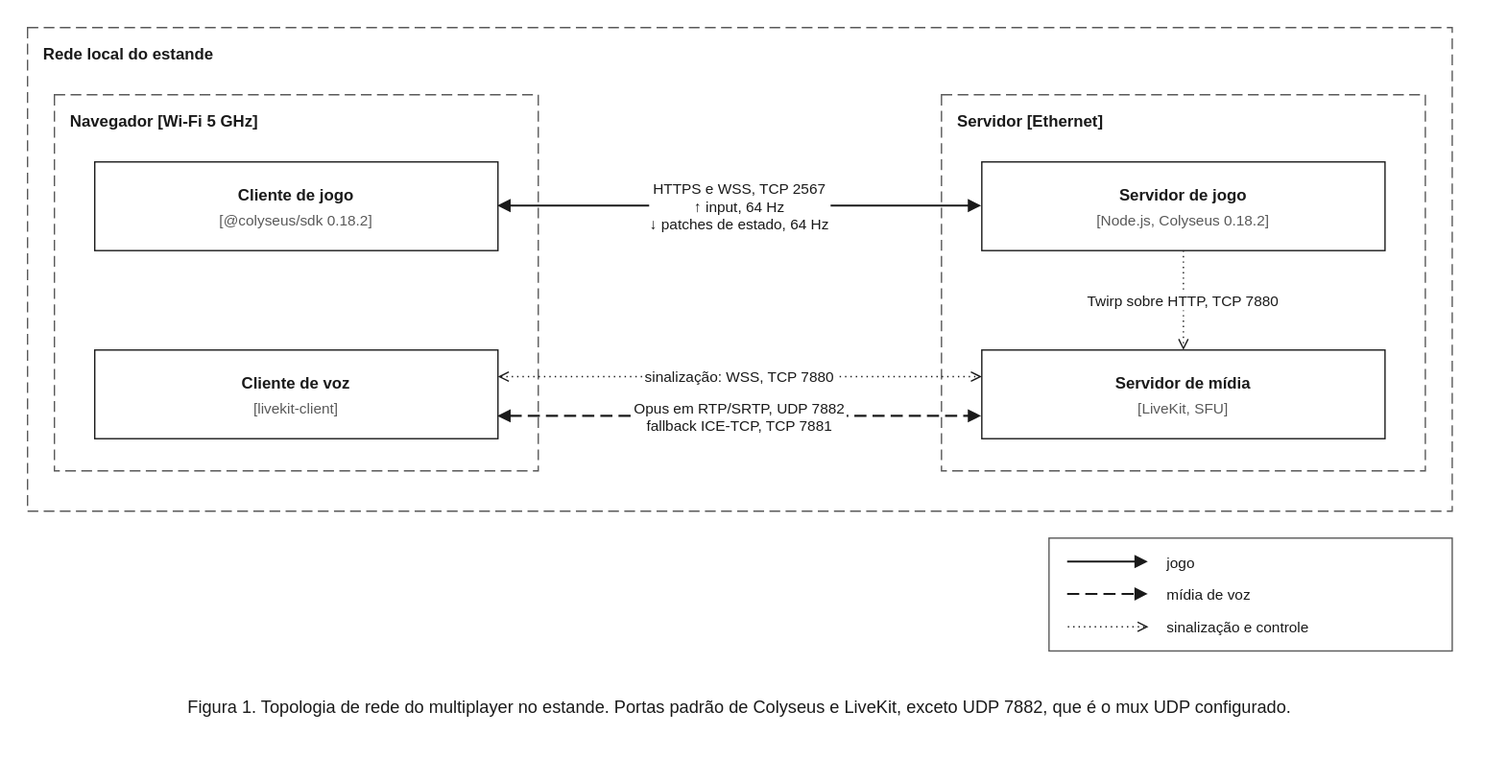
Earlier version of the draw.io export docs/rede/arquitetura-de-rede-1-topologia.drawio.svg (Evolutionary-Coders/shobu). Source tidied: cells renumbered, new cells last; positions are measured from the earlier drawing's top-left corner, leaving out a move shared by most shapes. The source it was exported from:
```xml
<mxGraphModel background="#ffffff">
  <root>
    <mxCell id="0" />
    <mxCell id="1" parent="0" />
    <mxCell id="2" value="Rede local do estande" style="rounded=0;fillColor=none;strokeColor=#595959;dashed=1;dashPattern=8 4;verticalAlign=top;align=left;spacingLeft=10;spacingTop=6;fontFamily=Helvetica;fontSize=12;fontColor=#1a1a1a;html=0;fontStyle=1;" parent="1" vertex="1">
      <mxGeometry width="1060" height="360" as="geometry" />
    </mxCell>
    <mxCell id="3" value="Navegador [Wi-Fi 5 GHz]" style="rounded=0;fillColor=none;strokeColor=#595959;dashed=1;dashPattern=8 4;verticalAlign=top;align=left;spacingLeft=10;spacingTop=6;fontFamily=Helvetica;fontSize=12;fontColor=#1a1a1a;html=0;fontStyle=1;" parent="2" vertex="1">
      <mxGeometry x="20" y="50" width="360" height="280" as="geometry" />
    </mxCell>
    <mxCell id="4" style="rounded=0;strokeColor=#1a1a1a;strokeWidth=1;fontFamily=Helvetica;fontSize=12;fontColor=#1a1a1a;html=0;fillColor=#ffffff;" parent="3" vertex="1">
      <mxGeometry x="30" y="50" width="300" height="66" as="geometry" />
    </mxCell>
    <mxCell id="5" value="Cliente de jogo" style="text;align=left;verticalAlign=middle;strokeColor=none;fillColor=none;fontFamily=Helvetica;fontSize=12;fontColor=#1a1a1a;html=0;align=center;fontStyle=1;" parent="3" vertex="1">
      <mxGeometry x="30" y="64" width="300" height="20" as="geometry" />
    </mxCell>
    <mxCell id="6" value="[@colyseus/sdk 0.18.2]" style="text;align=left;verticalAlign=middle;strokeColor=none;fillColor=none;fontFamily=Helvetica;fontSize=12;fontColor=#1a1a1a;html=0;align=center;fontSize=11;fontColor=#595959;" parent="3" vertex="1">
      <mxGeometry x="30" y="84" width="300" height="18" as="geometry" />
    </mxCell>
    <mxCell id="7" style="rounded=0;strokeColor=#1a1a1a;strokeWidth=1;fontFamily=Helvetica;fontSize=12;fontColor=#1a1a1a;html=0;fillColor=#ffffff;" parent="3" vertex="1">
      <mxGeometry x="30" y="190" width="300" height="66" as="geometry" />
    </mxCell>
    <mxCell id="8" value="Cliente de voz" style="text;align=left;verticalAlign=middle;strokeColor=none;fillColor=none;fontFamily=Helvetica;fontSize=12;fontColor=#1a1a1a;html=0;align=center;fontStyle=1;" parent="3" vertex="1">
      <mxGeometry x="30" y="204" width="300" height="20" as="geometry" />
    </mxCell>
    <mxCell id="9" value="[livekit-client]" style="text;align=left;verticalAlign=middle;strokeColor=none;fillColor=none;fontFamily=Helvetica;fontSize=12;fontColor=#1a1a1a;html=0;align=center;fontSize=11;fontColor=#595959;" parent="3" vertex="1">
      <mxGeometry x="30" y="224" width="300" height="18" as="geometry" />
    </mxCell>
    <mxCell id="10" value="Servidor [Ethernet]" style="rounded=0;fillColor=none;strokeColor=#595959;dashed=1;dashPattern=8 4;verticalAlign=top;align=left;spacingLeft=10;spacingTop=6;fontFamily=Helvetica;fontSize=12;fontColor=#1a1a1a;html=0;fontStyle=1;" parent="2" vertex="1">
      <mxGeometry x="680" y="50" width="360" height="280" as="geometry" />
    </mxCell>
    <mxCell id="11" style="rounded=0;strokeColor=#1a1a1a;strokeWidth=1;fontFamily=Helvetica;fontSize=12;fontColor=#1a1a1a;html=0;fillColor=#ffffff;" parent="10" vertex="1">
      <mxGeometry x="30" y="50" width="300" height="66" as="geometry" />
    </mxCell>
    <mxCell id="12" value="Servidor de jogo" style="text;align=left;verticalAlign=middle;strokeColor=none;fillColor=none;fontFamily=Helvetica;fontSize=12;fontColor=#1a1a1a;html=0;align=center;fontStyle=1;" parent="10" vertex="1">
      <mxGeometry x="30" y="64" width="300" height="20" as="geometry" />
    </mxCell>
    <mxCell id="13" value="[Node.js, Colyseus 0.18.2]" style="text;align=left;verticalAlign=middle;strokeColor=none;fillColor=none;fontFamily=Helvetica;fontSize=12;fontColor=#1a1a1a;html=0;align=center;fontSize=11;fontColor=#595959;" parent="10" vertex="1">
      <mxGeometry x="30" y="84" width="300" height="18" as="geometry" />
    </mxCell>
    <mxCell id="14" style="rounded=0;strokeColor=#1a1a1a;strokeWidth=1;fontFamily=Helvetica;fontSize=12;fontColor=#1a1a1a;html=0;fillColor=#ffffff;" parent="10" vertex="1">
      <mxGeometry x="30" y="190" width="300" height="66" as="geometry" />
    </mxCell>
    <mxCell id="15" value="Servidor de mídia" style="text;align=left;verticalAlign=middle;strokeColor=none;fillColor=none;fontFamily=Helvetica;fontSize=12;fontColor=#1a1a1a;html=0;align=center;fontStyle=1;" parent="10" vertex="1">
      <mxGeometry x="30" y="204" width="300" height="20" as="geometry" />
    </mxCell>
    <mxCell id="16" value="[LiveKit, SFU]" style="text;align=left;verticalAlign=middle;strokeColor=none;fillColor=none;fontFamily=Helvetica;fontSize=12;fontColor=#1a1a1a;html=0;align=center;fontSize=11;fontColor=#595959;" parent="10" vertex="1">
      <mxGeometry x="30" y="224" width="300" height="18" as="geometry" />
    </mxCell>
    <mxCell id="17" value="Twirp sobre HTTP, TCP 7880" style="rounded=0;labelBackgroundColor=#ffffff;fontFamily=Helvetica;fontSize=12;fontColor=#1a1a1a;html=0;fontSize=11;strokeColor=#1a1a1a;strokeWidth=1;dashed=1;dashPattern=1 3;endArrow=open;endFill=0;" parent="10" edge="1" source="11" target="14">
      <mxGeometry relative="1" as="geometry" />
    </mxCell>
    <mxCell id="18" value="HTTPS e WSS, TCP 2567&#10;↑ input, 64 Hz&#10;↓ patches de estado, 64 Hz" style="rounded=0;labelBackgroundColor=#ffffff;fontFamily=Helvetica;fontSize=12;fontColor=#1a1a1a;html=0;fontSize=11;strokeColor=#1a1a1a;strokeWidth=1.5;endArrow=block;endFill=1;startArrow=block;startFill=1;" parent="2" edge="1" source="4" target="11">
      <mxGeometry relative="1" as="geometry" />
    </mxCell>
    <mxCell id="19" value="sinalização: WSS, TCP 7880" style="rounded=0;labelBackgroundColor=#ffffff;fontFamily=Helvetica;fontSize=12;fontColor=#1a1a1a;html=0;fontSize=11;strokeColor=#1a1a1a;strokeWidth=1;dashed=1;dashPattern=1 3;endArrow=open;endFill=0;startArrow=open;startFill=0;exitX=1;exitY=0.3;entryX=0;entryY=0.3;" parent="2" edge="1" source="7" target="14">
      <mxGeometry relative="1" as="geometry" />
    </mxCell>
    <mxCell id="20" value="Opus em RTP/SRTP, UDP 7882&#10;fallback ICE-TCP, TCP 7881" style="rounded=0;labelBackgroundColor=#ffffff;fontFamily=Helvetica;fontSize=12;fontColor=#1a1a1a;html=0;fontSize=11;strokeColor=#1a1a1a;strokeWidth=1.5;dashed=1;dashPattern=6 3;endArrow=block;endFill=1;startArrow=block;startFill=1;exitX=1;exitY=0.75;entryX=0;entryY=0.75;" parent="2" edge="1" source="7" target="14">
      <mxGeometry relative="1" as="geometry" />
    </mxCell>
    <mxCell id="21" style="rounded=0;fillColor=#ffffff;strokeColor=#595959;" parent="1" vertex="1">
      <mxGeometry x="760" y="380" width="300" height="84" as="geometry" />
    </mxCell>
    <mxCell id="22" style="rounded=0;labelBackgroundColor=#ffffff;fontFamily=Helvetica;fontSize=12;fontColor=#1a1a1a;html=0;fontSize=11;edgeStyle=none;strokeColor=#1a1a1a;strokeWidth=1.5;endArrow=block;endFill=1;" parent="1" edge="1">
      <mxGeometry relative="1" as="geometry">
        <mxPoint x="774" y="398" as="sourcePoint" />
        <mxPoint x="834" y="398" as="targetPoint" />
      </mxGeometry>
    </mxCell>
    <mxCell id="23" value="jogo" style="text;align=left;verticalAlign=middle;strokeColor=none;fillColor=none;fontFamily=Helvetica;fontSize=12;fontColor=#1a1a1a;html=0;fontSize=11;" parent="1" vertex="1">
      <mxGeometry x="846" y="388" width="200" height="20" as="geometry" />
    </mxCell>
    <mxCell id="24" style="rounded=0;labelBackgroundColor=#ffffff;fontFamily=Helvetica;fontSize=12;fontColor=#1a1a1a;html=0;fontSize=11;edgeStyle=none;strokeColor=#1a1a1a;strokeWidth=1.5;dashed=1;dashPattern=6 3;endArrow=block;endFill=1;" parent="1" edge="1">
      <mxGeometry relative="1" as="geometry">
        <mxPoint x="774" y="422" as="sourcePoint" />
        <mxPoint x="834" y="422" as="targetPoint" />
      </mxGeometry>
    </mxCell>
    <mxCell id="25" value="mídia de voz" style="text;align=left;verticalAlign=middle;strokeColor=none;fillColor=none;fontFamily=Helvetica;fontSize=12;fontColor=#1a1a1a;html=0;fontSize=11;" parent="1" vertex="1">
      <mxGeometry x="846" y="412" width="200" height="20" as="geometry" />
    </mxCell>
    <mxCell id="26" style="rounded=0;labelBackgroundColor=#ffffff;fontFamily=Helvetica;fontSize=12;fontColor=#1a1a1a;html=0;fontSize=11;edgeStyle=none;strokeColor=#1a1a1a;strokeWidth=1;dashed=1;dashPattern=1 3;endArrow=open;endFill=0;" parent="1" edge="1">
      <mxGeometry relative="1" as="geometry">
        <mxPoint x="774" y="446" as="sourcePoint" />
        <mxPoint x="834" y="446" as="targetPoint" />
      </mxGeometry>
    </mxCell>
    <mxCell id="27" value="sinalização e controle" style="text;align=left;verticalAlign=middle;strokeColor=none;fillColor=none;fontFamily=Helvetica;fontSize=12;fontColor=#1a1a1a;html=0;fontSize=11;" parent="1" vertex="1">
      <mxGeometry x="846" y="436" width="200" height="20" as="geometry" />
    </mxCell>
    <mxCell id="28" value="Figura 1. Topologia de rede do multiplayer no estande. Portas padrão de Colyseus e LiveKit, exceto UDP 7882, que é o mux UDP configurado." style="text;align=left;verticalAlign=middle;strokeColor=none;fillColor=none;fontFamily=Helvetica;fontSize=12;fontColor=#1a1a1a;html=0;align=center;fontSize=13;" parent="1" vertex="1">
      <mxGeometry y="490" width="1060" height="30" as="geometry" />
    </mxCell>
  </root>
</mxGraphModel>
```
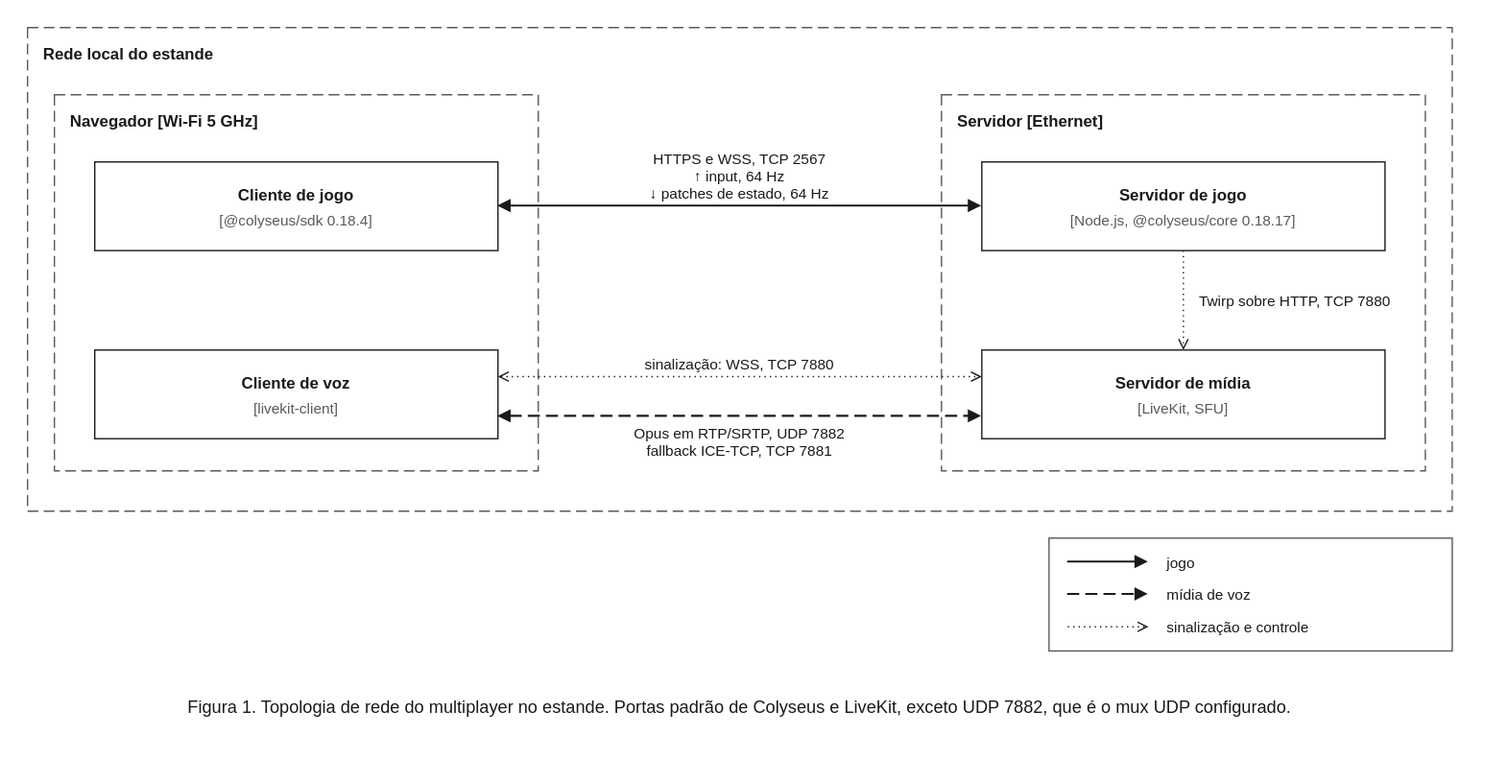
After the change.

Commit message:
docs: show the pinned colyseus versions in the topology figure

What changed in the source:
```diff
@@ -1,4 +1,4 @@
-<mxGraphModel background="#ffffff">
+<mxGraphModel>
   <root>
     <mxCell id="0" />
     <mxCell id="1" parent="0" />
@@ -8,16 +8,16 @@
     <mxCell id="3" value="Navegador [Wi-Fi 5 GHz]" style="rounded=0;fillColor=none;strokeColor=#595959;dashed=1;dashPattern=8 4;verticalAlign=top;align=left;spacingLeft=10;spacingTop=6;fontFamily=Helvetica;fontSize=12;fontColor=#1a1a1a;html=0;fontStyle=1;" parent="2" vertex="1">
       <mxGeometry x="20" y="50" width="360" height="280" as="geometry" />
     </mxCell>
-    <mxCell id="4" style="rounded=0;strokeColor=#1a1a1a;strokeWidth=1;fontFamily=Helvetica;fontSize=12;fontColor=#1a1a1a;html=0;fillColor=#ffffff;" parent="3" vertex="1">
+    <mxCell id="4" style="rounded=0;strokeColor=#1a1a1a;strokeWidth=1;fontFamily=Helvetica;fontSize=12;fontColor=#1a1a1a;html=0;fillColor=none;" parent="3" vertex="1">
       <mxGeometry x="30" y="50" width="300" height="66" as="geometry" />
     </mxCell>
     <mxCell id="5" value="Cliente de jogo" style="text;align=left;verticalAlign=middle;strokeColor=none;fillColor=none;fontFamily=Helvetica;fontSize=12;fontColor=#1a1a1a;html=0;align=center;fontStyle=1;" parent="3" vertex="1">
       <mxGeometry x="30" y="64" width="300" height="20" as="geometry" />
     </mxCell>
-    <mxCell id="6" value="[@colyseus/sdk 0.18.2]" style="text;align=left;verticalAlign=middle;strokeColor=none;fillColor=none;fontFamily=Helvetica;fontSize=12;fontColor=#1a1a1a;html=0;align=center;fontSize=11;fontColor=#595959;" parent="3" vertex="1">
+    <mxCell id="6" value="[@colyseus/sdk 0.18.4]" style="text;align=left;verticalAlign=middle;strokeColor=none;fillColor=none;fontFamily=Helvetica;fontSize=12;fontColor=#1a1a1a;html=0;align=center;fontSize=11;fontColor=#595959;" parent="3" vertex="1">
       <mxGeometry x="30" y="84" width="300" height="18" as="geometry" />
     </mxCell>
-    <mxCell id="7" style="rounded=0;strokeColor=#1a1a1a;strokeWidth=1;fontFamily=Helvetica;fontSize=12;fontColor=#1a1a1a;html=0;fillColor=#ffffff;" parent="3" vertex="1">
+    <mxCell id="7" style="rounded=0;strokeColor=#1a1a1a;strokeWidth=1;fontFamily=Helvetica;fontSize=12;fontColor=#1a1a1a;html=0;fillColor=none;" parent="3" vertex="1">
       <mxGeometry x="30" y="190" width="300" height="66" as="geometry" />
     </mxCell>
     <mxCell id="8" value="Cliente de voz" style="text;align=left;verticalAlign=middle;strokeColor=none;fillColor=none;fontFamily=Helvetica;fontSize=12;fontColor=#1a1a1a;html=0;align=center;fontStyle=1;" parent="3" vertex="1">
@@ -29,16 +29,16 @@
     <mxCell id="10" value="Servidor [Ethernet]" style="rounded=0;fillColor=none;strokeColor=#595959;dashed=1;dashPattern=8 4;verticalAlign=top;align=left;spacingLeft=10;spacingTop=6;fontFamily=Helvetica;fontSize=12;fontColor=#1a1a1a;html=0;fontStyle=1;" parent="2" vertex="1">
       <mxGeometry x="680" y="50" width="360" height="280" as="geometry" />
     </mxCell>
-    <mxCell id="11" style="rounded=0;strokeColor=#1a1a1a;strokeWidth=1;fontFamily=Helvetica;fontSize=12;fontColor=#1a1a1a;html=0;fillColor=#ffffff;" parent="10" vertex="1">
+    <mxCell id="11" style="rounded=0;strokeColor=#1a1a1a;strokeWidth=1;fontFamily=Helvetica;fontSize=12;fontColor=#1a1a1a;html=0;fillColor=none;" parent="10" vertex="1">
       <mxGeometry x="30" y="50" width="300" height="66" as="geometry" />
     </mxCell>
     <mxCell id="12" value="Servidor de jogo" style="text;align=left;verticalAlign=middle;strokeColor=none;fillColor=none;fontFamily=Helvetica;fontSize=12;fontColor=#1a1a1a;html=0;align=center;fontStyle=1;" parent="10" vertex="1">
       <mxGeometry x="30" y="64" width="300" height="20" as="geometry" />
     </mxCell>
-    <mxCell id="13" value="[Node.js, Colyseus 0.18.2]" style="text;align=left;verticalAlign=middle;strokeColor=none;fillColor=none;fontFamily=Helvetica;fontSize=12;fontColor=#1a1a1a;html=0;align=center;fontSize=11;fontColor=#595959;" parent="10" vertex="1">
+    <mxCell id="13" value="[Node.js, @colyseus/core 0.18.17]" style="text;align=left;verticalAlign=middle;strokeColor=none;fillColor=none;fontFamily=Helvetica;fontSize=12;fontColor=#1a1a1a;html=0;align=center;fontSize=11;fontColor=#595959;" parent="10" vertex="1">
       <mxGeometry x="30" y="84" width="300" height="18" as="geometry" />
     </mxCell>
-    <mxCell id="14" style="rounded=0;strokeColor=#1a1a1a;strokeWidth=1;fontFamily=Helvetica;fontSize=12;fontColor=#1a1a1a;html=0;fillColor=#ffffff;" parent="10" vertex="1">
+    <mxCell id="14" style="rounded=0;strokeColor=#1a1a1a;strokeWidth=1;fontFamily=Helvetica;fontSize=12;fontColor=#1a1a1a;html=0;fillColor=none;" parent="10" vertex="1">
       <mxGeometry x="30" y="190" width="300" height="66" as="geometry" />
     </mxCell>
     <mxCell id="15" value="Servidor de mídia" style="text;align=left;verticalAlign=middle;strokeColor=none;fillColor=none;fontFamily=Helvetica;fontSize=12;fontColor=#1a1a1a;html=0;align=center;fontStyle=1;" parent="10" vertex="1">
@@ -47,22 +47,24 @@
     <mxCell id="16" value="[LiveKit, SFU]" style="text;align=left;verticalAlign=middle;strokeColor=none;fillColor=none;fontFamily=Helvetica;fontSize=12;fontColor=#1a1a1a;html=0;align=center;fontSize=11;fontColor=#595959;" parent="10" vertex="1">
       <mxGeometry x="30" y="224" width="300" height="18" as="geometry" />
     </mxCell>
-    <mxCell id="17" value="Twirp sobre HTTP, TCP 7880" style="rounded=0;labelBackgroundColor=#ffffff;fontFamily=Helvetica;fontSize=12;fontColor=#1a1a1a;html=0;fontSize=11;strokeColor=#1a1a1a;strokeWidth=1;dashed=1;dashPattern=1 3;endArrow=open;endFill=0;" parent="10" edge="1" source="11" target="14">
-      <mxGeometry relative="1" as="geometry" />
+    <mxCell id="17" value="Twirp sobre HTTP, TCP 7880" style="rounded=0;labelBackgroundColor=none;fontFamily=Helvetica;fontSize=12;fontColor=#1a1a1a;html=0;fontSize=11;strokeColor=#1a1a1a;strokeWidth=1;dashed=1;dashPattern=1 3;endArrow=open;endFill=0;align=left;" parent="10" edge="1" source="11" target="14">
+      <mxGeometry relative="1" as="geometry">
+        <mxPoint x="10" as="offset" />
+      </mxGeometry>
     </mxCell>
-    <mxCell id="18" value="HTTPS e WSS, TCP 2567&#10;↑ input, 64 Hz&#10;↓ patches de estado, 64 Hz" style="rounded=0;labelBackgroundColor=#ffffff;fontFamily=Helvetica;fontSize=12;fontColor=#1a1a1a;html=0;fontSize=11;strokeColor=#1a1a1a;strokeWidth=1.5;endArrow=block;endFill=1;startArrow=block;startFill=1;" parent="2" edge="1" source="4" target="11">
+    <mxCell id="18" value="HTTPS e WSS, TCP 2567&#10;↑ input, 64 Hz&#10;↓ patches de estado, 64 Hz" style="rounded=0;labelBackgroundColor=none;fontFamily=Helvetica;fontSize=12;fontColor=#1a1a1a;html=0;fontSize=11;strokeColor=#1a1a1a;strokeWidth=1.5;endArrow=block;endFill=1;startArrow=block;startFill=1;verticalAlign=bottom;" parent="2" edge="1" source="4" target="11">
       <mxGeometry relative="1" as="geometry" />
     </mxCell>
-    <mxCell id="19" value="sinalização: WSS, TCP 7880" style="rounded=0;labelBackgroundColor=#ffffff;fontFamily=Helvetica;fontSize=12;fontColor=#1a1a1a;html=0;fontSize=11;strokeColor=#1a1a1a;strokeWidth=1;dashed=1;dashPattern=1 3;endArrow=open;endFill=0;startArrow=open;startFill=0;exitX=1;exitY=0.3;entryX=0;entryY=0.3;" parent="2" edge="1" source="7" target="14">
+    <mxCell id="19" value="sinalização: WSS, TCP 7880" style="rounded=0;labelBackgroundColor=none;fontFamily=Helvetica;fontSize=12;fontColor=#1a1a1a;html=0;fontSize=11;strokeColor=#1a1a1a;strokeWidth=1;dashed=1;dashPattern=1 3;endArrow=open;endFill=0;startArrow=open;startFill=0;exitX=1;exitY=0.3;entryX=0;entryY=0.3;verticalAlign=bottom;" parent="2" edge="1" source="7" target="14">
       <mxGeometry relative="1" as="geometry" />
     </mxCell>
-    <mxCell id="20" value="Opus em RTP/SRTP, UDP 7882&#10;fallback ICE-TCP, TCP 7881" style="rounded=0;labelBackgroundColor=#ffffff;fontFamily=Helvetica;fontSize=12;fontColor=#1a1a1a;html=0;fontSize=11;strokeColor=#1a1a1a;strokeWidth=1.5;dashed=1;dashPattern=6 3;endArrow=block;endFill=1;startArrow=block;startFill=1;exitX=1;exitY=0.75;entryX=0;entryY=0.75;" parent="2" edge="1" source="7" target="14">
+    <mxCell id="20" value="Opus em RTP/SRTP, UDP 7882&#10;fallback ICE-TCP, TCP 7881" style="rounded=0;labelBackgroundColor=none;fontFamily=Helvetica;fontSize=12;fontColor=#1a1a1a;html=0;fontSize=11;strokeColor=#1a1a1a;strokeWidth=1.5;dashed=1;dashPattern=6 3;endArrow=block;endFill=1;startArrow=block;startFill=1;exitX=1;exitY=0.75;entryX=0;entryY=0.75;verticalAlign=top;" parent="2" edge="1" source="7" target="14">
       <mxGeometry relative="1" as="geometry" />
     </mxCell>
-    <mxCell id="21" style="rounded=0;fillColor=#ffffff;strokeColor=#595959;" parent="1" vertex="1">
+    <mxCell id="21" style="rounded=0;fillColor=none;strokeColor=#595959;" parent="1" vertex="1">
       <mxGeometry x="760" y="380" width="300" height="84" as="geometry" />
     </mxCell>
-    <mxCell id="22" style="rounded=0;labelBackgroundColor=#ffffff;fontFamily=Helvetica;fontSize=12;fontColor=#1a1a1a;html=0;fontSize=11;edgeStyle=none;strokeColor=#1a1a1a;strokeWidth=1.5;endArrow=block;endFill=1;" parent="1" edge="1">
+    <mxCell id="22" style="rounded=0;labelBackgroundColor=none;fontFamily=Helvetica;fontSize=12;fontColor=#1a1a1a;html=0;fontSize=11;edgeStyle=none;strokeColor=#1a1a1a;strokeWidth=1.5;endArrow=block;endFill=1;" parent="1" edge="1">
       <mxGeometry relative="1" as="geometry">
         <mxPoint x="774" y="398" as="sourcePoint" />
         <mxPoint x="834" y="398" as="targetPoint" />
@@ -71,7 +73,7 @@
     <mxCell id="23" value="jogo" style="text;align=left;verticalAlign=middle;strokeColor=none;fillColor=none;fontFamily=Helvetica;fontSize=12;fontColor=#1a1a1a;html=0;fontSize=11;" parent="1" vertex="1">
       <mxGeometry x="846" y="388" width="200" height="20" as="geometry" />
     </mxCell>
-    <mxCell id="24" style="rounded=0;labelBackgroundColor=#ffffff;fontFamily=Helvetica;fontSize=12;fontColor=#1a1a1a;html=0;fontSize=11;edgeStyle=none;strokeColor=#1a1a1a;strokeWidth=1.5;dashed=1;dashPattern=6 3;endArrow=block;endFill=1;" parent="1" edge="1">
+    <mxCell id="24" style="rounded=0;labelBackgroundColor=none;fontFamily=Helvetica;fontSize=12;fontColor=#1a1a1a;html=0;fontSize=11;edgeStyle=none;strokeColor=#1a1a1a;strokeWidth=1.5;dashed=1;dashPattern=6 3;endArrow=block;endFill=1;" parent="1" edge="1">
       <mxGeometry relative="1" as="geometry">
         <mxPoint x="774" y="422" as="sourcePoint" />
         <mxPoint x="834" y="422" as="targetPoint" />
@@ -80,7 +82,7 @@
     <mxCell id="25" value="mídia de voz" style="text;align=left;verticalAlign=middle;strokeColor=none;fillColor=none;fontFamily=Helvetica;fontSize=12;fontColor=#1a1a1a;html=0;fontSize=11;" parent="1" vertex="1">
       <mxGeometry x="846" y="412" width="200" height="20" as="geometry" />
     </mxCell>
-    <mxCell id="26" style="rounded=0;labelBackgroundColor=#ffffff;fontFamily=Helvetica;fontSize=12;fontColor=#1a1a1a;html=0;fontSize=11;edgeStyle=none;strokeColor=#1a1a1a;strokeWidth=1;dashed=1;dashPattern=1 3;endArrow=open;endFill=0;" parent="1" edge="1">
+    <mxCell id="26" style="rounded=0;labelBackgroundColor=none;fontFamily=Helvetica;fontSize=12;fontColor=#1a1a1a;html=0;fontSize=11;edgeStyle=none;strokeColor=#1a1a1a;strokeWidth=1;dashed=1;dashPattern=1 3;endArrow=open;endFill=0;" parent="1" edge="1">
       <mxGeometry relative="1" as="geometry">
         <mxPoint x="774" y="446" as="sourcePoint" />
         <mxPoint x="834" y="446" as="targetPoint" />
```
